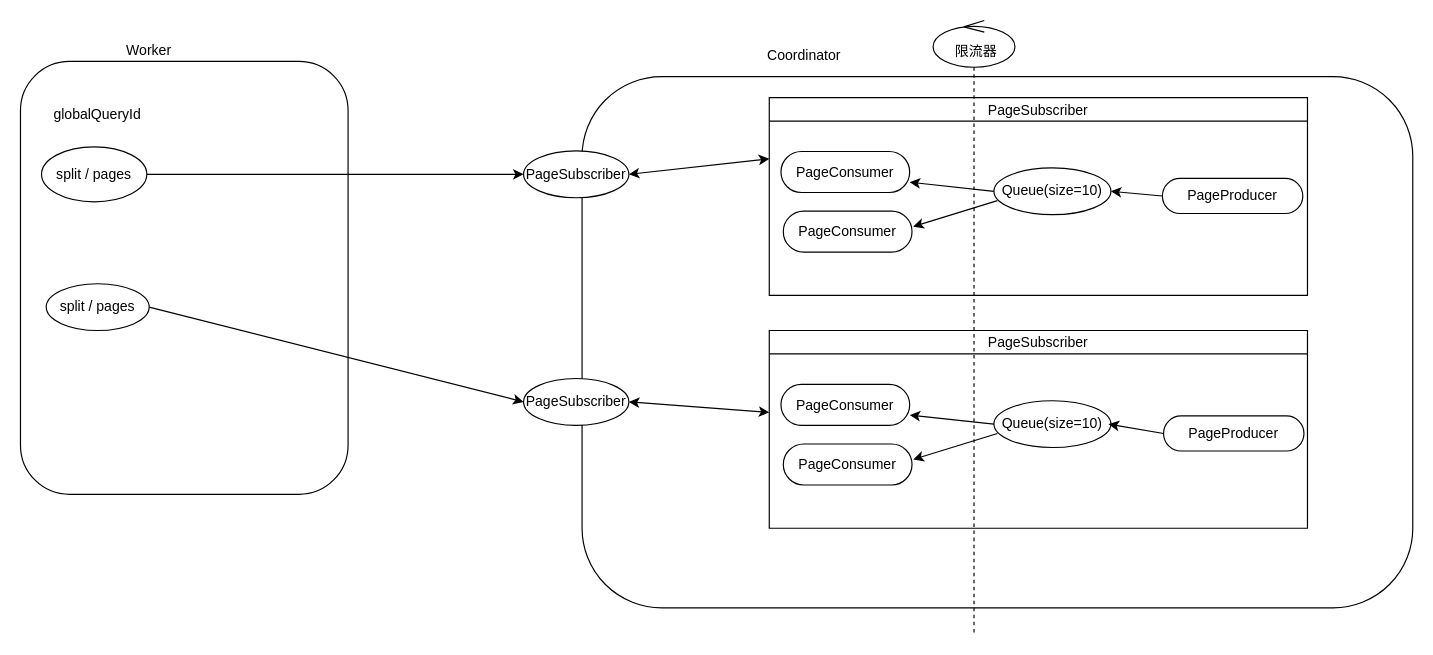
huangxiaopingRD/diagrams keeps this draw.io diagram as page "dc connector限流" (8 of 8) of presto源码解析时序图.drawio. Above is the earlier version. Source tidied: cells renumbered, new cells numbered last; positions are measured from the earlier drawing's top-left corner, leaving out a move shared by most shapes. Both pictures are drawn from the tidied source at 117%, with x=0, y=0 at pixel (20, 20).
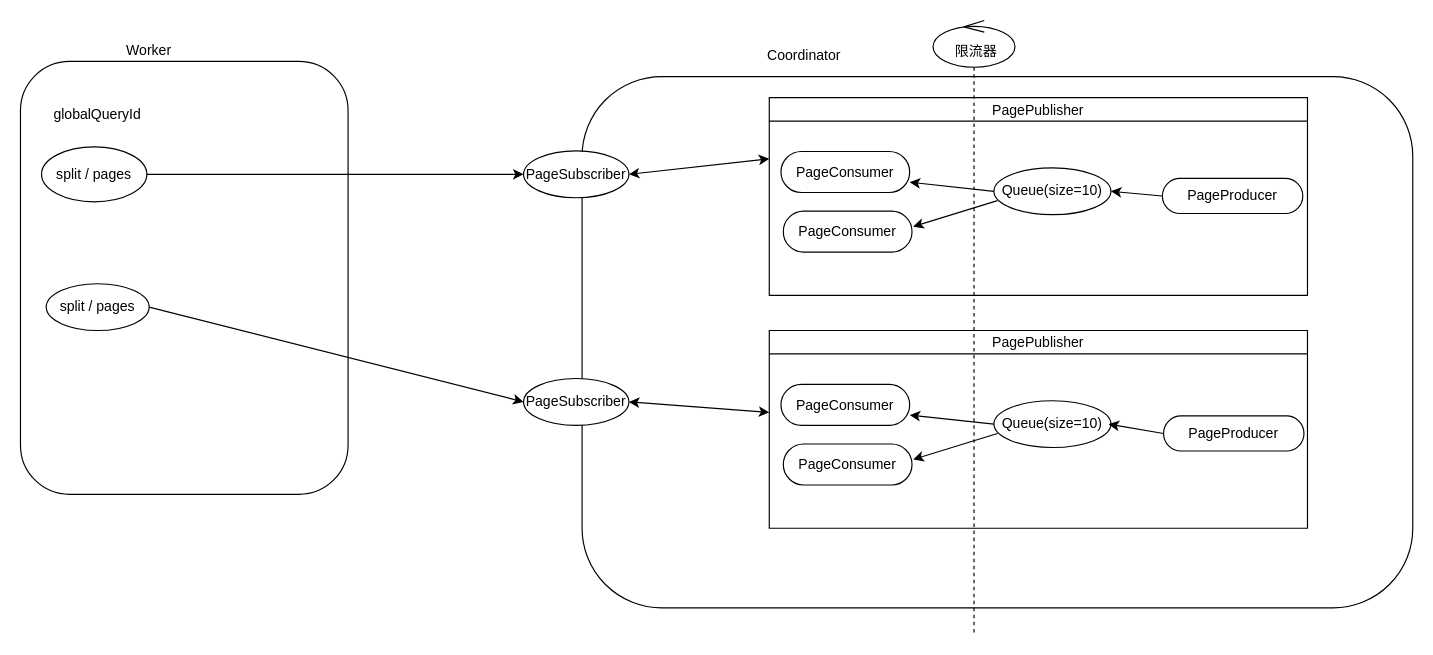
The same diagram, later.

Commit message:
Update presto源码解析时序图.drawio

Diff of the diagram source:
```diff
@@
-    <mxCell id="10" value="PageSubscriber" style="swimlane;startSize=20;horizontal=1;containerType=tree;fontStyle=0;" parent="1" vertex="1">
+    <mxCell id="10" value="PagePublisher" style="swimlane;startSize=20;horizontal=1;containerType=tree;fontStyle=0;" parent="1" vertex="1">
       <mxGeometry x="640" y="66" width="460" height="169" as="geometry" />
     </mxCell>
@@
-    <mxCell id="19" value="PageSubscriber" style="swimlane;startSize=20;horizontal=1;containerType=tree;fontStyle=0;" parent="1" vertex="1">
+    <mxCell id="19" value="PagePublisher" style="swimlane;startSize=20;horizontal=1;containerType=tree;fontStyle=0;" parent="1" vertex="1">
       <mxGeometry x="640" y="265" width="460" height="169" as="geometry" />
     </mxCell>
```
